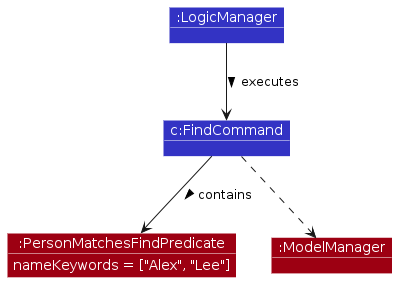
Before: diagrams/find-person/PersonFindExecution.png, a diagram exported from PlantUML (AY2526S2-CS2103T-W11-2/tp). Its source is kept beside it as diagrams/find-person/PersonFindExecution.puml.
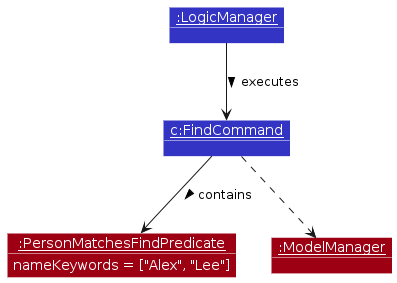
The same file after the commit.

The edit, as a diff of the source:
```diff
@@ -10,10 +10,10 @@
 show objects
 show members
 
-object ":LogicManager" as LogicManager LOGIC_COLOR
-object "c:FindCommand" as FindCommand LOGIC_COLOR
-object ":PersonMatchesFindPredicate" as PersonMatchesFindPredicate MODEL_COLOR
-object ":ModelManager" as ModelManager MODEL_COLOR
+object "<u>:LogicManager</u>" as LogicManager LOGIC_COLOR
+object "<u>c:FindCommand</u>" as FindCommand LOGIC_COLOR
+object "<u>:PersonMatchesFindPredicate</u>" as PersonMatchesFindPredicate MODEL_COLOR
+object "<u>:ModelManager</u>" as ModelManager MODEL_COLOR
 
 LogicManager --> FindCommand : executes >
 FindCommand --> PersonMatchesFindPredicate : contains >
```
